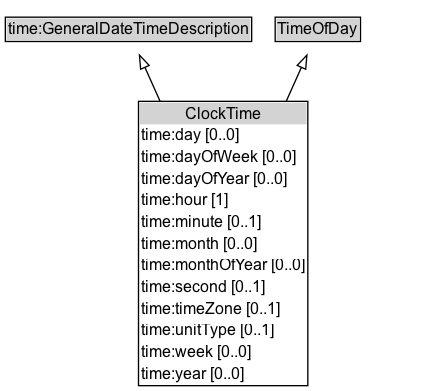
This is docs/diagrams/ClockTime.dot.png from k-vaughn/ontology-its-time, a Graphviz export, as it was before one commit. Its source is kept beside it as docs/diagrams/ClockTime.dot. Source of this version:
```dot
digraph {
	graph [overlap=false rankdir=TB splines=true]
	node [fontname=Arial fontsize=12 margin=0 shape=none]
	edge [fontname=Arial fontsize=11]
	{
		rank=source
		time_GeneralDateTimeDescription [label=<<TABLE BORDER="1" CELLBORDER="0" CELLSPACING="0" CELLPADDING="1"><TR><TD BGCOLOR="lightgray" ALIGN="CENTER">time:GeneralDateTimeDescription</TD></TR></TABLE>> URL="https://w3id.org/citydata/imported/time/latest/GeneralDateTimeDescription" margin=0]
		TimeOfDay [label=<<TABLE BORDER="1" CELLBORDER="0" CELLSPACING="0" CELLPADDING="1"><TR><TD BGCOLOR="lightgray" ALIGN="CENTER">TimeOfDay</TD></TR></TABLE>> URL="../TimeOfDay" margin=0]
	}
	ClockTime [label=<<TABLE BORDER="1" CELLBORDER="0" CELLSPACING="0" CELLPADDING="1"><TR><TD BGCOLOR="lightgray" ALIGN="CENTER">ClockTime</TD></TR><TR><TD ALIGN="LEFT">time:day [0..0]</TD></TR><TR><TD ALIGN="LEFT">time:dayOfWeek [0..0]</TD></TR><TR><TD ALIGN="LEFT">time:dayOfYear [0..0]</TD></TR><TR><TD ALIGN="LEFT">time:hour [1]</TD></TR><TR><TD ALIGN="LEFT">time:minute [0..1]</TD></TR><TR><TD ALIGN="LEFT">time:month [0..0]</TD></TR><TR><TD ALIGN="LEFT">time:monthOfYear [0..0]</TD></TR><TR><TD ALIGN="LEFT">time:second [0..1]</TD></TR><TR><TD ALIGN="LEFT">time:timeZone [0..1]</TD></TR><TR><TD ALIGN="LEFT">time:unitType [0..1]</TD></TR><TR><TD ALIGN="LEFT">time:week [0..0]</TD></TR><TR><TD ALIGN="LEFT">time:year [0..0]</TD></TR></TABLE>> URL="../ClockTime" margin=0]
	{
		rank=max
	}
	subgraph cluster_associated {
		label="" style=invis
		Invis [label=<<TABLE BORDER="0" CELLBORDER="0" CELLSPACING="0" CELLPADDING="1"><TR><TD></TD></TR></TABLE>> margin=0 style=invis]
	}
	ClockTime -> time_GeneralDateTimeDescription [arrowhead=onormal style=solid]
	ClockTime -> TimeOfDay [arrowhead=onormal style=solid]
}
```
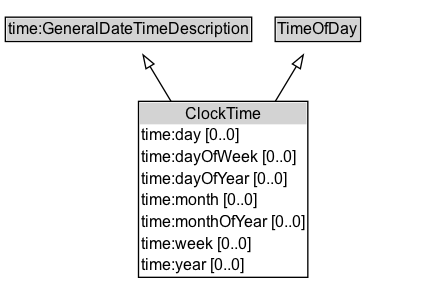
The same file after the commit.

Diff of the diagram source:
```diff
@@ -7,7 +7,7 @@
 		time_GeneralDateTimeDescription [label=<<TABLE BORDER="1" CELLBORDER="0" CELLSPACING="0" CELLPADDING="1"><TR><TD BGCOLOR="lightgray" ALIGN="CENTER">time:GeneralDateTimeDescription</TD></TR></TABLE>> URL="https://w3id.org/citydata/imported/time/latest/GeneralDateTimeDescription" margin=0]
 		TimeOfDay [label=<<TABLE BORDER="1" CELLBORDER="0" CELLSPACING="0" CELLPADDING="1"><TR><TD BGCOLOR="lightgray" ALIGN="CENTER">TimeOfDay</TD></TR></TABLE>> URL="../TimeOfDay" margin=0]
 	}
-	ClockTime [label=<<TABLE BORDER="1" CELLBORDER="0" CELLSPACING="0" CELLPADDING="1"><TR><TD BGCOLOR="lightgray" ALIGN="CENTER">ClockTime</TD></TR><TR><TD ALIGN="LEFT">time:day [0..0]</TD></TR><TR><TD ALIGN="LEFT">time:dayOfWeek [0..0]</TD></TR><TR><TD ALIGN="LEFT">time:dayOfYear [0..0]</TD></TR><TR><TD ALIGN="LEFT">time:hour [1]</TD></TR><TR><TD ALIGN="LEFT">time:minute [0..1]</TD></TR><TR><TD ALIGN="LEFT">time:month [0..0]</TD></TR><TR><TD ALIGN="LEFT">time:monthOfYear [0..0]</TD></TR><TR><TD ALIGN="LEFT">time:second [0..1]</TD></TR><TR><TD ALIGN="LEFT">time:timeZone [0..1]</TD></TR><TR><TD ALIGN="LEFT">time:unitType [0..1]</TD></TR><TR><TD ALIGN="LEFT">time:week [0..0]</TD></TR><TR><TD ALIGN="LEFT">time:year [0..0]</TD></TR></TABLE>> URL="../ClockTime" margin=0]
+	ClockTime [label=<<TABLE BORDER="1" CELLBORDER="0" CELLSPACING="0" CELLPADDING="1"><TR><TD BGCOLOR="lightgray" ALIGN="CENTER">ClockTime</TD></TR><TR><TD ALIGN="LEFT">time:day [0..0]</TD></TR><TR><TD ALIGN="LEFT">time:dayOfWeek [0..0]</TD></TR><TR><TD ALIGN="LEFT">time:dayOfYear [0..0]</TD></TR><TR><TD ALIGN="LEFT">time:month [0..0]</TD></TR><TR><TD ALIGN="LEFT">time:monthOfYear [0..0]</TD></TR><TR><TD ALIGN="LEFT">time:week [0..0]</TD></TR><TR><TD ALIGN="LEFT">time:year [0..0]</TD></TR></TABLE>> URL="../ClockTime" margin=0]
 	{
 		rank=max
 	}
```
